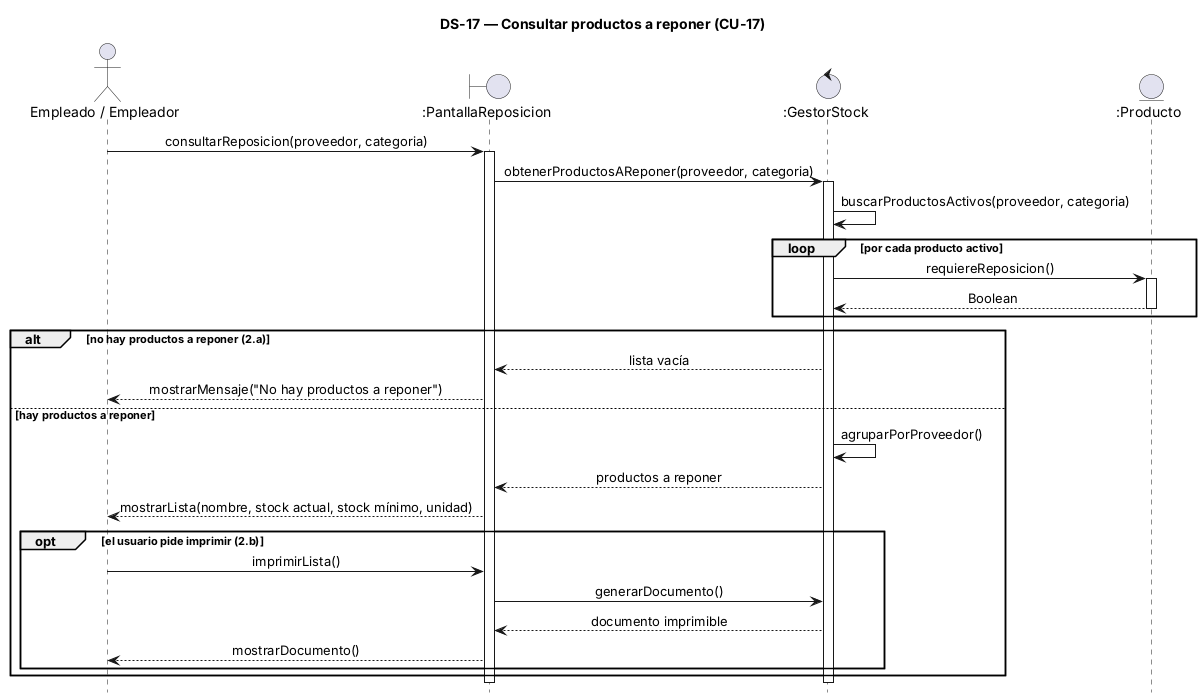
Above: 08-Diagrama De Secuencia/DS-17 Consultar productos a reponer.png in alanbalzaretti123/control-de-stock1 (PlantUML), before the change.
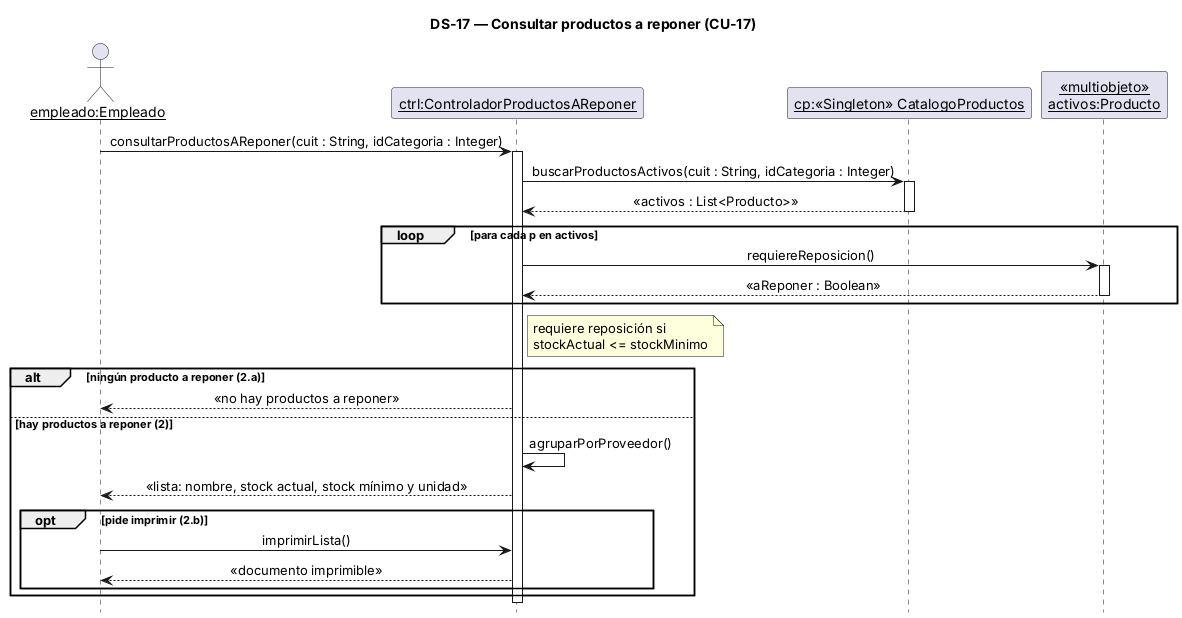
Above is the later version.

The edit, as a diff of the source:
```diff
@@ -3,39 +3,35 @@
 hide footbox
 skinparam sequenceMessageAlign center
 skinparam responseMessageBelowArrow true
+skinparam sequenceParticipant underline
 
-actor "Empleado / Empleador" as U
-boundary ":PantallaReposicion" as P
-control ":GestorStock" as G
-entity ":Producto" as PR
+actor "empleado:Empleado" as U
+participant "ctrl:ControladorProductosAReponer" as C
+participant "cp:«Singleton» CatalogoProductos" as CP
+participant "«multiobjeto»\nactivos:Producto" as P
 
-U -> P : consultarReposicion(proveedor, categoria)
-activate P
-P -> G : obtenerProductosAReponer(proveedor, categoria)
-activate G
-G -> G : buscarProductosActivos(proveedor, categoria)
-loop por cada producto activo
-  G -> PR : requiereReposicion()
-  activate PR
-  PR --> G : Boolean
-  deactivate PR
+U -> C : consultarProductosAReponer(cuit : String, idCategoria : Integer)
+activate C
+C -> CP : buscarProductosActivos(cuit : String, idCategoria : Integer)
+activate CP
+CP --> C : «activos : List<Producto>»
+deactivate CP
+loop para cada p en activos
+  C -> P : requiereReposicion()
+  activate P
+  P --> C : «aReponer : Boolean»
+  deactivate P
 end
-
-alt no hay productos a reponer (2.a)
-  G --> P : lista vacía
-  P --> U : mostrarMensaje("No hay productos a reponer")
-else hay productos a reponer
-  G -> G : agruparPorProveedor()
-  G --> P : productos a reponer
-  P --> U : mostrarLista(nombre, stock actual, stock mínimo, unidad)
-  opt el usuario pide imprimir (2.b)
-    U -> P : imprimirLista()
-    P -> G : generarDocumento()
-    G --> P : documento imprimible
-    P --> U : mostrarDocumento()
+note right of C : requiere reposición si\nstockActual <= stockMinimo
+alt ningún producto a reponer (2.a)
+  C --> U : «no hay productos a reponer»
+else hay productos a reponer (2)
+  C -> C : agruparPorProveedor()
+  C --> U : «lista: nombre, stock actual, stock mínimo y unidad»
+  opt pide imprimir (2.b)
+    U -> C : imprimirLista()
+    C --> U : «documento imprimible»
   end
 end
-
-deactivate G
-deactivate P
+deactivate C
 @enduml
```
